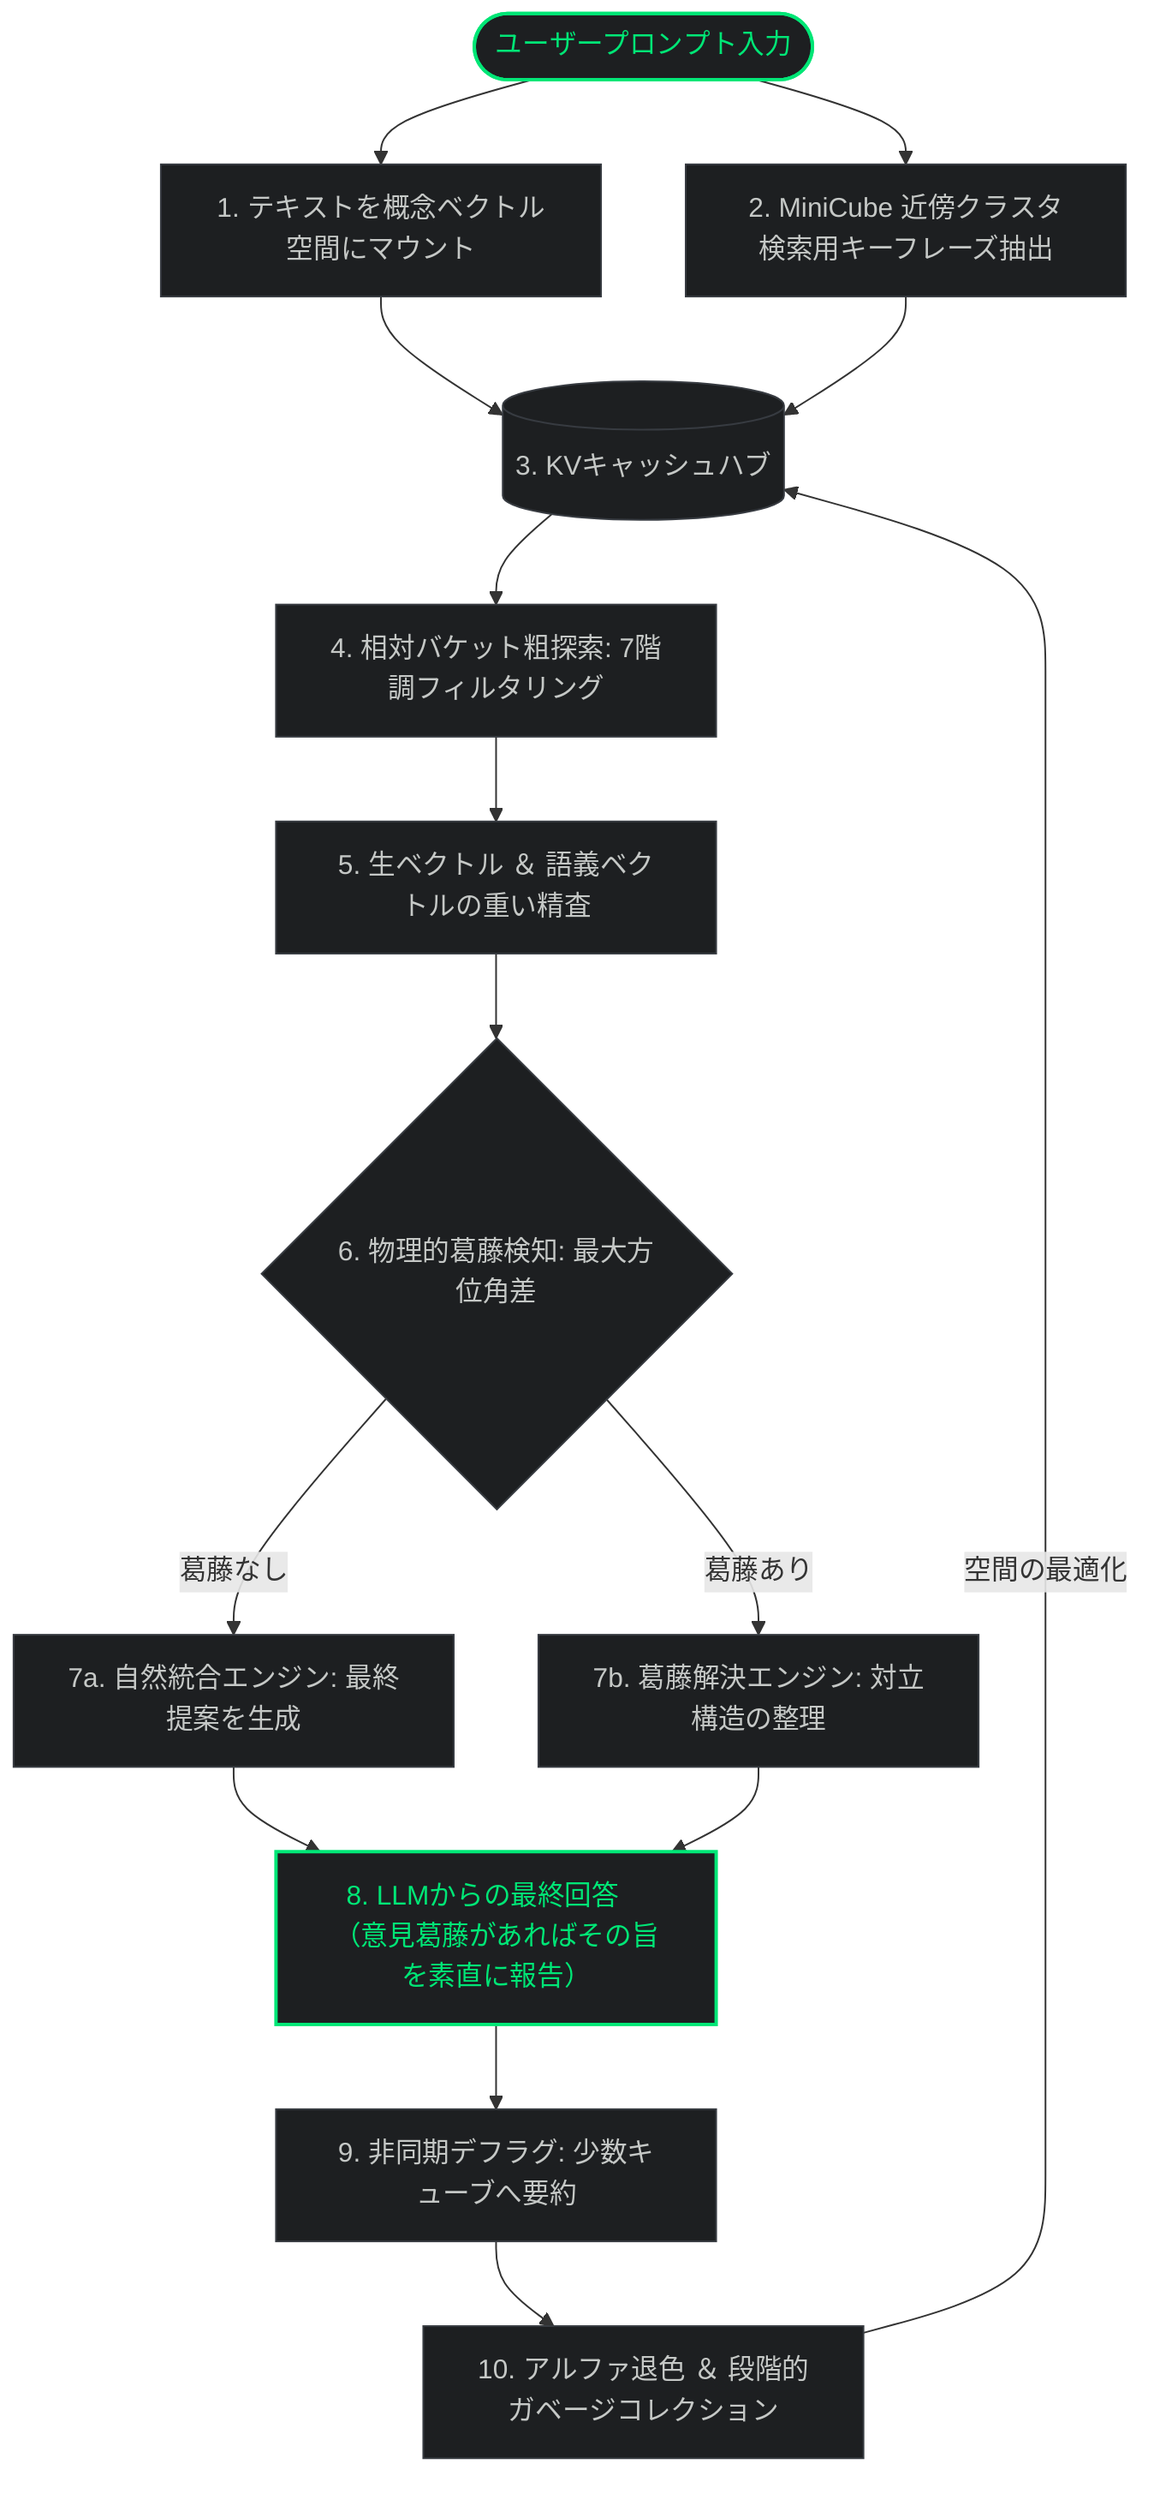
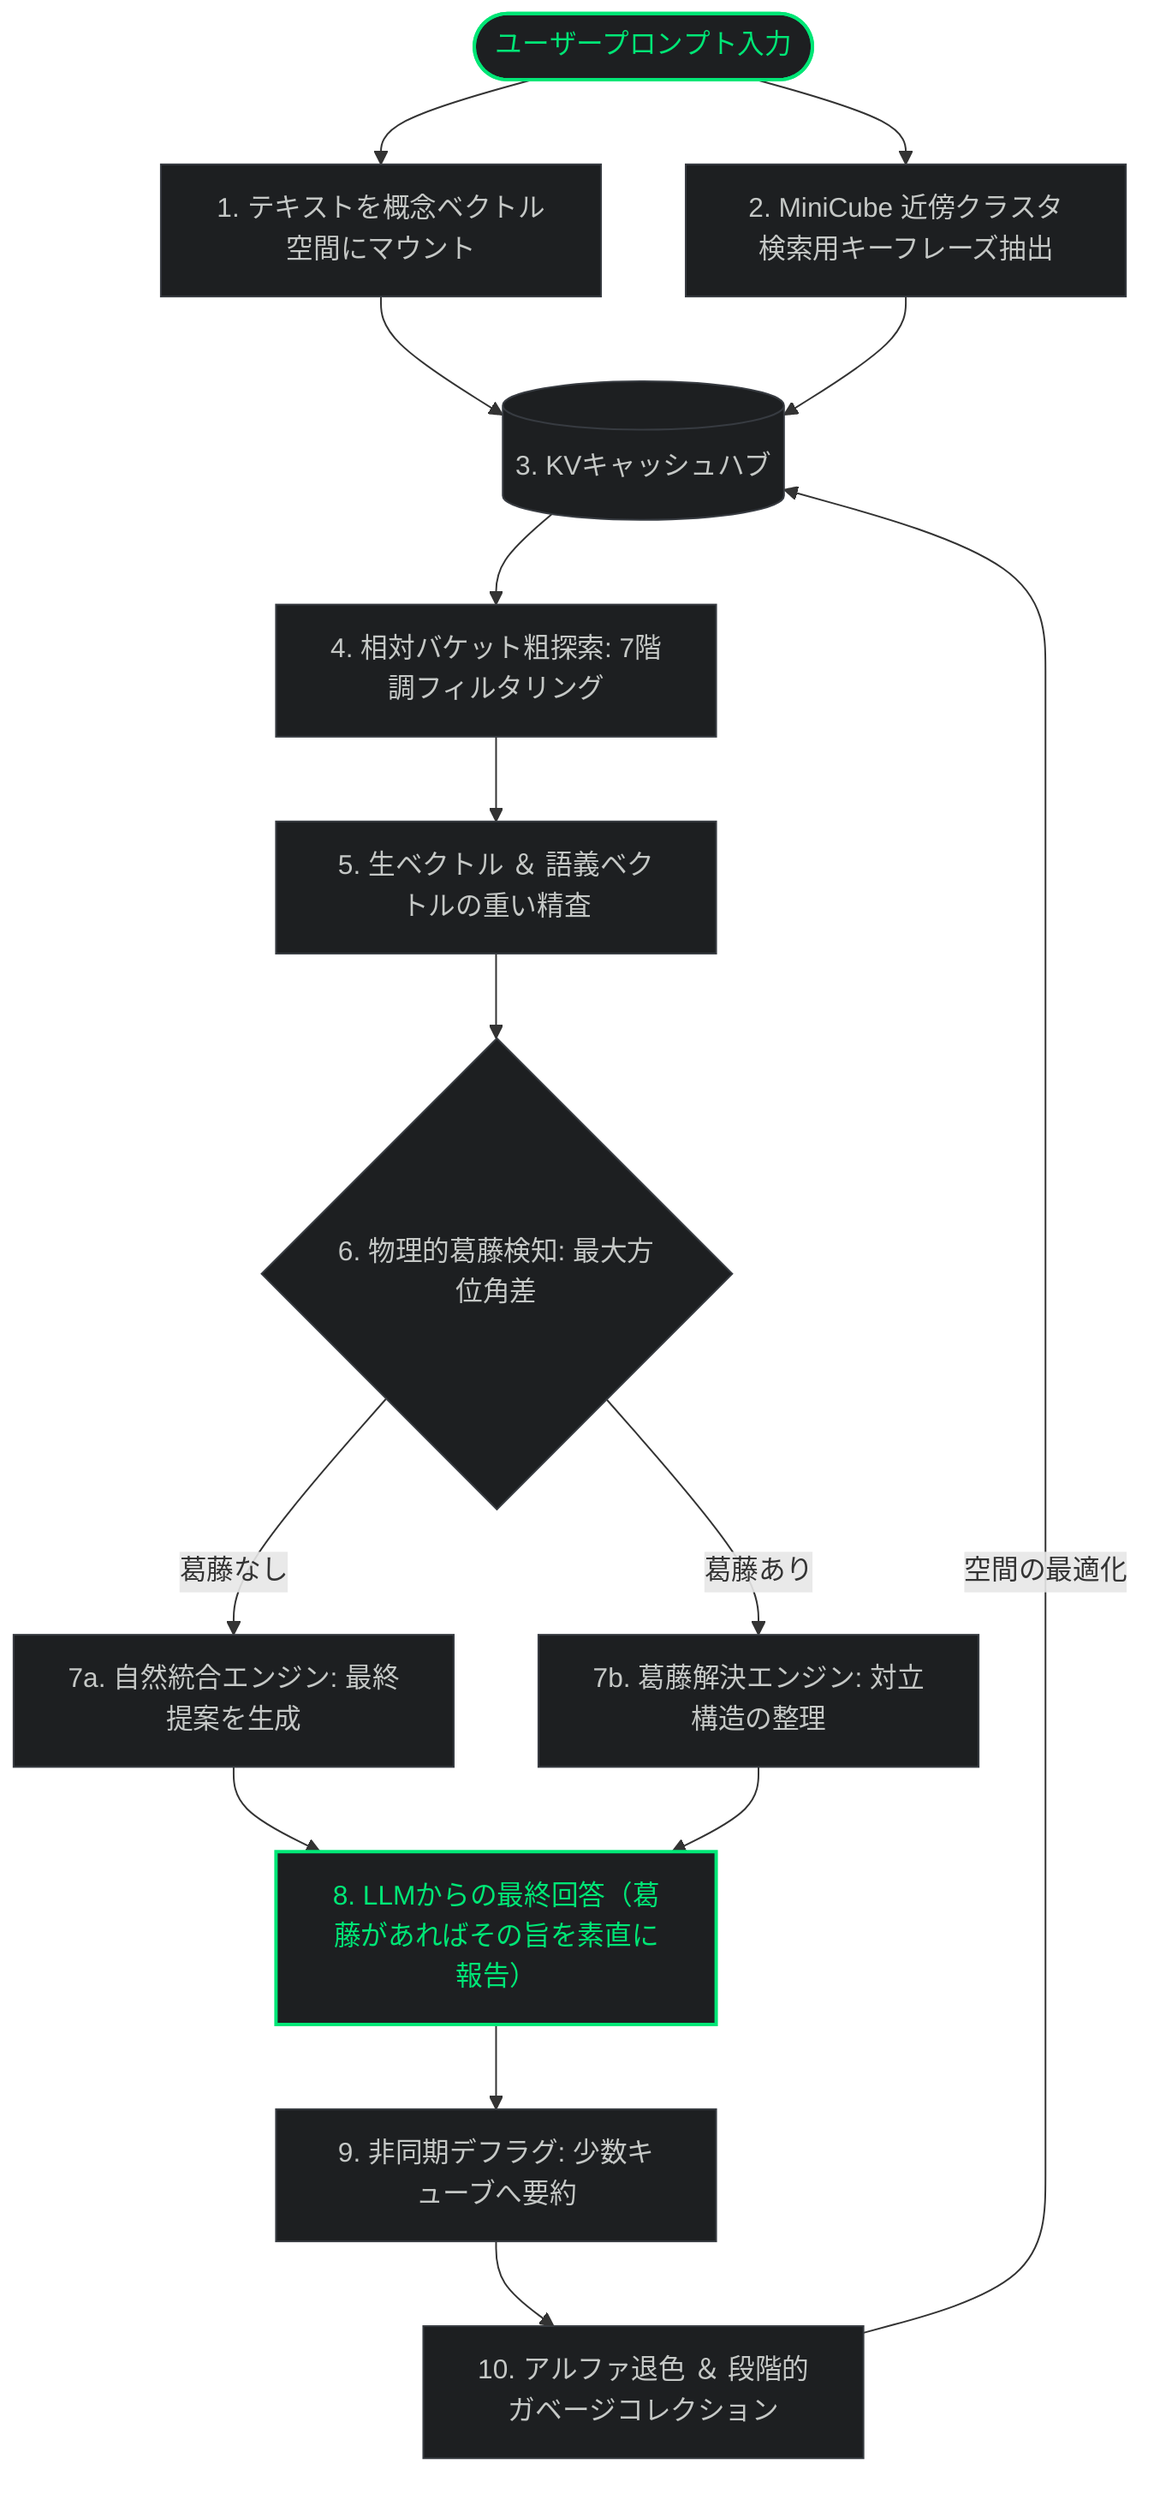
flowchart TD
    %% ==========================================
    %% 1. 知覚・翻訳フェーズ
    %% ==========================================
    User([ユーザープロンプト入力]) --> Embedding[1. テキストを概念ベクトル空間にマウント]
    User --> Keyphrase[2. MiniCube 近傍クラスタ検索用キーフレーズ抽出]

    %% ==========================================
    %% 2. 記憶マウント（KVキャッシュハブ）
    %% ==========================================
    Embedding --> KVHub[(3. KVキャッシュハブ)]
    Keyphrase --> KVHub

    %% ==========================================
    %% 3. 相対評価 ＆ 精査検索
    %% ==========================================
    KVHub --> RoughSearch[4. 相対バケット粗探索: 7階調フィルタリング]
    RoughSearch --> ExactSearch[5. 生ベクトル ＆ 語義ベクトルの重い精査]

    %% ==========================================
    %% 4. 葛藤検知と分岐
    %% ==========================================
    ExactSearch --> PhysicsConflict{6. 物理的葛藤検知: 最大方位角差}

    PhysicsConflict -->|葛藤なし| Integrate[7a. 自然統合エンジン: 最終提案を生成]
    PhysicsConflict -->|葛藤あり| Analyze[7b. 葛藤解決エンジン: 対立構造の整理]

-     Integrate --> Response[8. LLMからの最終回答　（意見葛藤があればその旨を素直に報告）]
+     Integrate --> Response[8. LLMからの最終回答（葛藤があればその旨を素直に報告）]
    Analyze --> Response

    %% ==========================================
    %% 5. 代謝と忘却（デフラグ ＆ GC）
    %% ==========================================
    Response --> DefragTrigger[9. 非同期デフラグ: 少数キューブへ要約]

    DefragTrigger --> Decay[10. アルファ退色 ＆ 段階的ガベージコレクション]
    Decay -->|空間の最適化| KVHub

    %% ==========================================
    %% カラー・スタイル指定（GitHubダークモード対応）
    %% ==========================================
    classDef default fill:#1d1f21,stroke:#373b41,stroke-width:1px,color:#c5c8c6;
    classDef userStyle fill:#1d1f21,stroke:#00e676,stroke-width:2px,color:#00e676;

    class User userStyle;
    class Response userStyle;
- 
